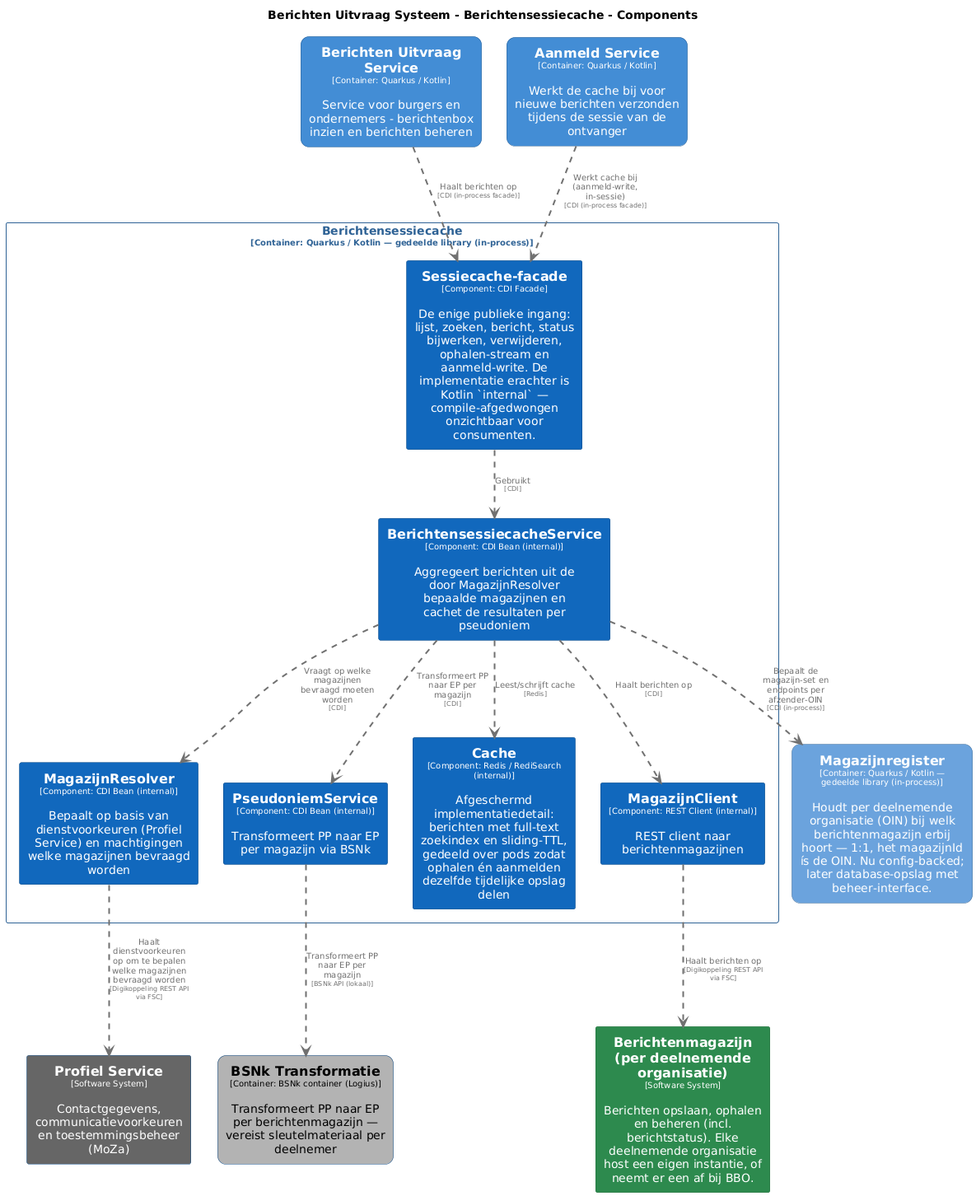
The PlantUML diagram master/png/BerichtensessiecacheComponenten.png in MinBZK/moza-poc-fbs-berichtenbox, before a commit.
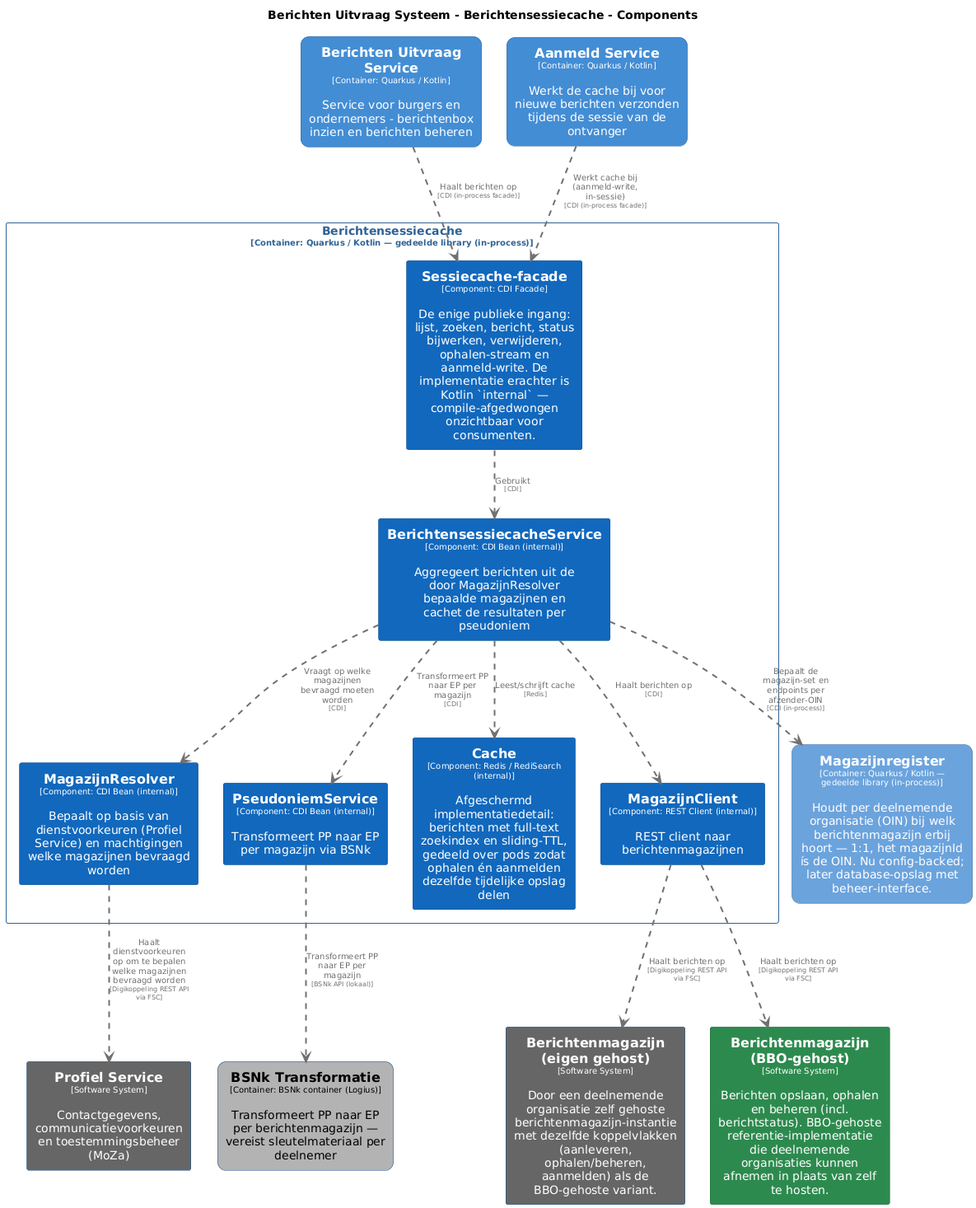
Later version of the same file.

The edit, as a diff of the source:
```diff
@@ -36,10 +36,16 @@
   roundCorner 20
   shadowing false
 }
-skinparam rectangle<<Berichtenmagazijnperdeelnemendeorganisatie>> {
+skinparam rectangle<<BerichtenmagazijnBBOgehost>> {
   BackgroundColor #2d8a4e
   FontColor #ffffff
   BorderColor #1e6b38
+  shadowing false
+}
+skinparam rectangle<<Berichtenmagazijneigengehost>> {
+  BackgroundColor #666666
+  FontColor #ffffff
+  BorderColor #0b4884
   shadowing false
 }
 skinparam rectangle<<BerichtenUitvraagSysteem.Berichtensessiecache.BerichtensessiecacheService>> {
@@ -98,7 +104,8 @@
 }
 
 rectangle "==Profiel Service\n<size:10>[Software System]</size>\n\nContactgegevens, communicatievoorkeuren en toestemmingsbeheer (MoZa)" <<ProfielService>> as ProfielService
-rectangle "==Berichtenmagazijn (per deelnemende organisatie)\n<size:10>[Software System]</size>\n\nBerichten opslaan, ophalen en beheren (incl. berichtstatus). Elke deelnemende organisatie host een eigen instantie, of neemt er een af bij BBO." <<Berichtenmagazijnperdeelnemendeorganisatie>> as Berichtenmagazijnperdeelnemendeorganisatie
+rectangle "==Berichtenmagazijn (eigen gehost)\n<size:10>[Software System]</size>\n\nDoor een deelnemende organisatie zelf gehoste berichtenmagazijn-instantie met dezelfde koppelvlakken (aanleveren, ophalen/beheren, aanmelden) als de BBO-gehoste variant." <<Berichtenmagazijneigengehost>> as Berichtenmagazijneigengehost
+rectangle "==Berichtenmagazijn (BBO-gehost)\n<size:10>[Software System]</size>\n\nBerichten opslaan, ophalen en beheren (incl. berichtstatus). BBO-gehoste referentie-implementatie die deelnemende organisaties kunnen afnemen in plaats van zelf te hosten." <<BerichtenmagazijnBBOgehost>> as BerichtenmagazijnBBOgehost
 rectangle "==Berichten Uitvraag Service\n<size:10>[Container: Quarkus / Kotlin]</size>\n\nService voor burgers en ondernemers - berichtenbox inzien en berichten beheren" <<BerichtenUitvraagSysteem.BerichtenUitvraagService>> as BerichtenUitvraagSysteem.BerichtenUitvraagService
 rectangle "==BSNk Transformatie\n<size:10>[Container: BSNk container (Logius)]</size>\n\nTransformeert PP naar EP per berichtenmagazijn — vereist sleutelmateriaal per deelnemer" <<BerichtenUitvraagSysteem.BSNkTransformatie>> as BerichtenUitvraagSysteem.BSNkTransformatie
 rectangle "==Aanmeld Service\n<size:10>[Container: Quarkus / Kotlin]</size>\n\nWerkt de cache bij voor nieuwe berichten verzonden tijdens de sessie van de ontvanger" <<BerichtenUitvraagSysteem.AanmeldService>> as BerichtenUitvraagSysteem.AanmeldService
@@ -113,8 +120,9 @@
   rectangle "==MagazijnClient\n<size:10>[Component: REST Client (internal)]</size>\n\nREST client naar berichtenmagazijnen" <<BerichtenUitvraagSysteem.Berichtensessiecache.MagazijnClient>> as BerichtenUitvraagSysteem.Berichtensessiecache.MagazijnClient
 }
 
+BerichtenUitvraagSysteem.Berichtensessiecache.MagazijnClient .[#707070,thickness=2].> Berichtenmagazijneigengehost : "<color:#707070>Haalt berichten op\n<color:#707070><size:8>[Digikoppeling REST API via FSC]</size>"
 BerichtenUitvraagSysteem.Berichtensessiecache.MagazijnResolver .[#707070,thickness=2].> ProfielService : "<color:#707070>Haalt dienstvoorkeuren op om te bepalen welke magazijnen bevraagd worden\n<color:#707070><size:8>[Digikoppeling REST API via FSC]</size>"
-BerichtenUitvraagSysteem.Berichtensessiecache.MagazijnClient .[#707070,thickness=2].> Berichtenmagazijnperdeelnemendeorganisatie : "<color:#707070>Haalt berichten op\n<color:#707070><size:8>[Digikoppeling REST API via FSC]</size>"
+BerichtenUitvraagSysteem.Berichtensessiecache.MagazijnClient .[#707070,thickness=2].> BerichtenmagazijnBBOgehost : "<color:#707070>Haalt berichten op\n<color:#707070><size:8>[Digikoppeling REST API via FSC]</size>"
 BerichtenUitvraagSysteem.Berichtensessiecache.Sessiecachefacade .[#707070,thickness=2].> BerichtenUitvraagSysteem.Berichtensessiecache.BerichtensessiecacheService : "<color:#707070>Gebruikt\n<color:#707070><size:8>[CDI]</size>"
 BerichtenUitvraagSysteem.Berichtensessiecache.BerichtensessiecacheService .[#707070,thickness=2].> BerichtenUitvraagSysteem.Berichtensessiecache.MagazijnResolver : "<color:#707070>Vraagt op welke magazijnen bevraagd moeten worden\n<color:#707070><size:8>[CDI]</size>"
 BerichtenUitvraagSysteem.Berichtensessiecache.BerichtensessiecacheService .[#707070,thickness=2].> BerichtenUitvraagSysteem.Berichtensessiecache.PseudoniemService : "<color:#707070>Transformeert PP naar EP per magazijn\n<color:#707070><size:8>[CDI]</size>"
```
